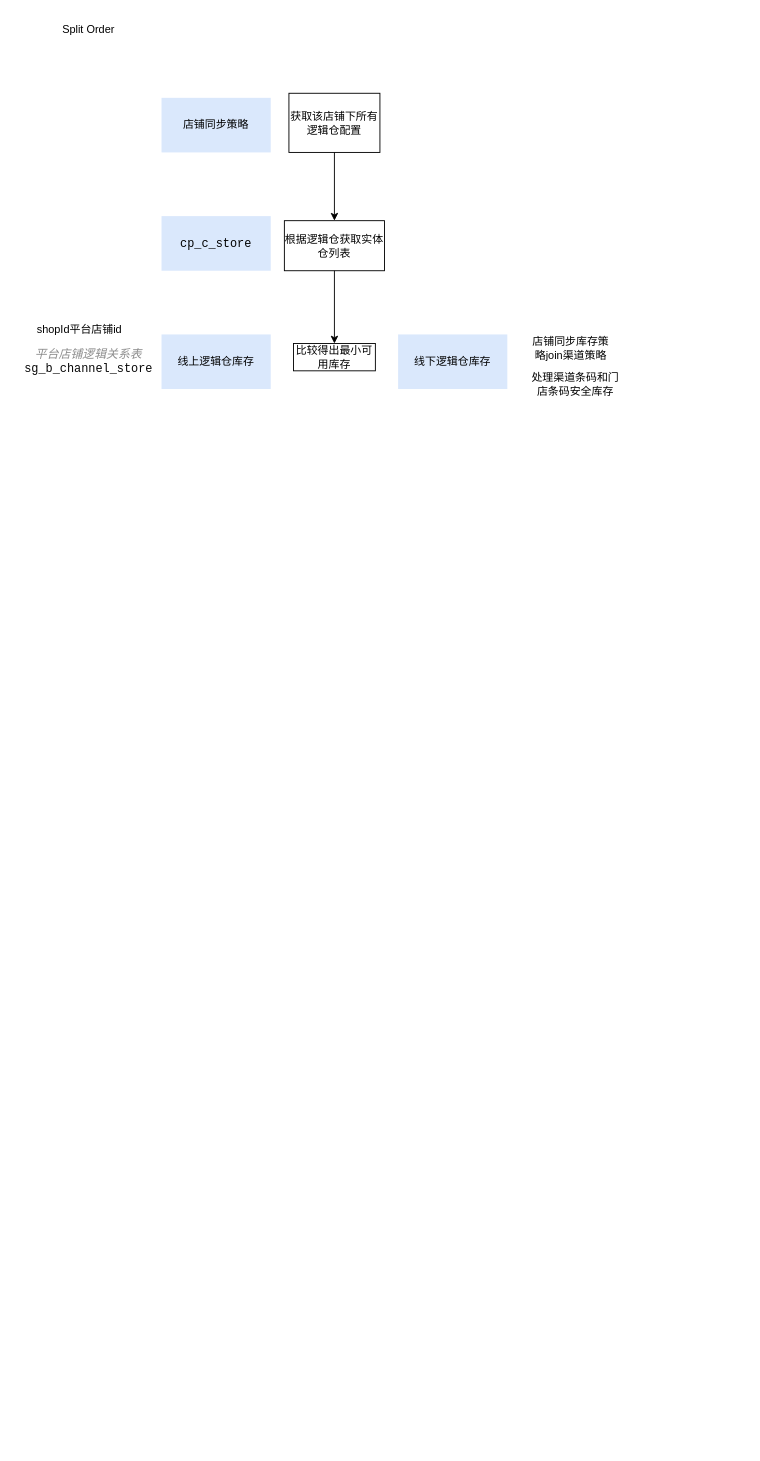
Earlier version of the draw.io diagram VF/vmid/order/split_order.drawio (yeahsyoung/diagram). Source tidied: cells renumbered, new cells numbered last; positions are measured from the earlier drawing's top-left corner, leaving out a move shared by most shapes. Both pictures are drawn from the tidied source at 91%, with x=0, y=0 at pixel (15, 15).
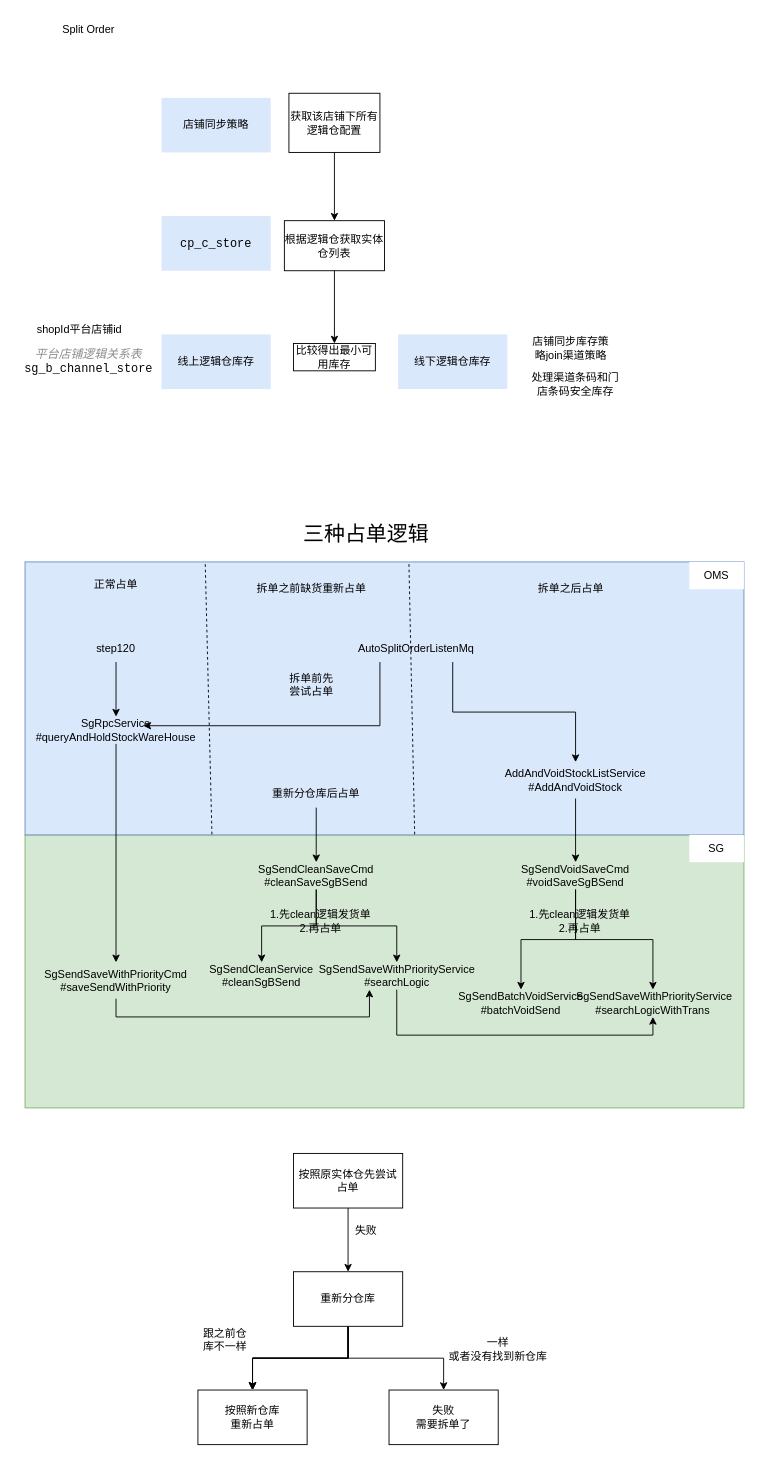
Above is the later version.

The edit, as a diff of the source:
```diff
@@
+    <mxCell id="16" style="rounded=0;whiteSpace=wrap;html=1;fillColor=#d5e8d4;strokeColor=#82b366;" parent="1" vertex="1">
+      <mxGeometry x="10" y="900" width="790" height="300" as="geometry" />
+    </mxCell>
+    <mxCell id="17" style="rounded=0;whiteSpace=wrap;html=1;fillColor=#dae8fc;strokeColor=#6c8ebf;" parent="1" vertex="1">
+      <mxGeometry x="10" y="600" width="790" height="300" as="geometry" />
+    </mxCell>
@@
+    <mxCell id="18" value="三种占单逻辑&lt;br&gt;" style="text;overflow=hidden;rounded=0;align=center;verticalAlign=middle;html=1;fontSize=23;" parent="1" vertex="1">
+      <mxGeometry x="295" y="550" width="180" height="40" as="geometry" />
+    </mxCell>
+    <mxCell id="19" value="&lt;span style=&quot;text-align: left; background-color: transparent; color: light-dark(rgb(0, 0, 0), rgb(255, 255, 255));&quot;&gt;正常占单&lt;/span&gt;" style="text;html=1;whiteSpace=wrap;strokeColor=none;fillColor=none;align=center;verticalAlign=middle;rounded=0;" parent="1" vertex="1">
+      <mxGeometry x="60" y="610" width="100" height="30" as="geometry" />
+    </mxCell>
+    <mxCell id="20" value="&lt;span style=&quot;text-align: left; background-color: transparent; color: light-dark(rgb(0, 0, 0), rgb(255, 255, 255));&quot;&gt;拆单之前缺货重新占单&lt;/span&gt;" style="text;html=1;whiteSpace=wrap;strokeColor=none;fillColor=none;align=center;verticalAlign=middle;rounded=0;" parent="1" vertex="1">
+      <mxGeometry x="235" y="610" width="180" height="40" as="geometry" />
+    </mxCell>
+    <mxCell id="21" style="edgeStyle=orthogonalEdgeStyle;rounded=0;jettySize=auto;html=1;exitX=0.5;exitY=1;exitDx=0;exitDy=0;entryX=0.5;entryY=0;entryDx=0;entryDy=0;" parent="1" edge="1" source="22" target="35">
+      <mxGeometry relative="1" as="geometry" />
+    </mxCell>
+    <mxCell id="22" value="AddAndVoidStockListService&#10;#AddAndVoidStock" style="text;whiteSpace=wrap;strokeColor=none;fillColor=none;align=center;verticalAlign=middle;rounded=0;" parent="1" vertex="1">
+      <mxGeometry x="565" y="820" width="100" height="40" as="geometry" />
+    </mxCell>
+    <mxCell id="23" style="edgeStyle=orthogonalEdgeStyle;rounded=0;jettySize=auto;html=1;exitX=0.5;exitY=1;exitDx=0;exitDy=0;entryX=0.5;entryY=0;entryDx=0;entryDy=0;" parent="1" edge="1" source="24" target="32">
+      <mxGeometry relative="1" as="geometry" />
+    </mxCell>
+    <mxCell id="24" value="&lt;span style=&quot;text-align: left;&quot;&gt;step120&lt;/span&gt;" style="text;html=1;whiteSpace=wrap;strokeColor=none;fillColor=none;align=center;verticalAlign=middle;rounded=0;" parent="1" vertex="1">
+      <mxGeometry x="70" y="680" width="80" height="30" as="geometry" />
+    </mxCell>
+    <mxCell id="25" style="edgeStyle=orthogonalEdgeStyle;rounded=0;jettySize=auto;html=1;exitX=0.25;exitY=1;exitDx=0;exitDy=0;" parent="1" edge="1" source="27" target="32">
+      <mxGeometry relative="1" as="geometry">
+        <Array as="points">
+          <mxPoint x="400" y="780" />
+        </Array>
+      </mxGeometry>
+    </mxCell>
+    <mxCell id="26" style="edgeStyle=orthogonalEdgeStyle;rounded=0;jettySize=auto;html=1;exitX=0.75;exitY=1;exitDx=0;exitDy=0;entryX=0.5;entryY=0;entryDx=0;entryDy=0;" parent="1" edge="1" source="27" target="22">
+      <mxGeometry relative="1" as="geometry" />
+    </mxCell>
+    <mxCell id="27" value="AutoSplitOrderListenMq" style="text;html=1;whiteSpace=wrap;strokeColor=none;fillColor=none;align=center;verticalAlign=middle;rounded=0;" parent="1" vertex="1">
+      <mxGeometry x="360" y="680" width="160" height="30" as="geometry" />
+    </mxCell>
+    <mxCell id="28" style="edgeStyle=orthogonalEdgeStyle;rounded=0;jettySize=auto;html=1;exitX=0.5;exitY=1;exitDx=0;exitDy=0;entryX=0;entryY=1;entryDx=0;entryDy=0;" parent="1" edge="1" source="29" target="60">
+      <mxGeometry relative="1" as="geometry" />
+    </mxCell>
+    <mxCell id="29" value="SgSendSaveWithPriorityCmd&#10;#saveSendWithPriority" style="text;strokeColor=none;fillColor=none;align=center;verticalAlign=middle;rounded=0;" parent="1" vertex="1">
+      <mxGeometry x="15" y="1040" width="190" height="40" as="geometry" />
+    </mxCell>
+    <mxCell id="30" value="&lt;span style=&quot;text-align: left; background-color: transparent; color: light-dark(rgb(0, 0, 0), rgb(255, 255, 255));&quot;&gt;拆单之后占单&lt;/span&gt;" style="text;html=1;whiteSpace=wrap;strokeColor=none;fillColor=none;align=center;verticalAlign=middle;rounded=0;" parent="1" vertex="1">
+      <mxGeometry x="565" y="615" width="90" height="30" as="geometry" />
+    </mxCell>
+    <mxCell id="31" style="edgeStyle=orthogonalEdgeStyle;rounded=0;jettySize=auto;html=1;exitX=0.5;exitY=1;exitDx=0;exitDy=0;" parent="1" edge="1" source="32" target="29">
+      <mxGeometry relative="1" as="geometry" />
+    </mxCell>
+    <mxCell id="32" value="SgRpcService&#10;#queryAndHoldStockWareHouse" style="text;whiteSpace=wrap;strokeColor=none;fillColor=none;align=center;verticalAlign=middle;rounded=0;" parent="1" vertex="1">
+      <mxGeometry x="80" y="770" width="60" height="30" as="geometry" />
+    </mxCell>
+    <mxCell id="33" style="edgeStyle=orthogonalEdgeStyle;rounded=0;jettySize=auto;html=1;exitX=0.5;exitY=1;exitDx=0;exitDy=0;entryX=0.5;entryY=0;entryDx=0;entryDy=0;" parent="1" edge="1" source="35" target="36">
+      <mxGeometry relative="1" as="geometry" />
+    </mxCell>
+    <mxCell id="34" style="edgeStyle=orthogonalEdgeStyle;rounded=0;jettySize=auto;html=1;exitX=0.5;exitY=1;exitDx=0;exitDy=0;entryX=0.5;entryY=0;entryDx=0;entryDy=0;" parent="1" edge="1" source="35" target="37">
+      <mxGeometry relative="1" as="geometry" />
+    </mxCell>
+    <mxCell id="35" value="SgSendVoidSaveCmd&#10;#voidSaveSgBSend" style="text;whiteSpace=wrap;strokeColor=none;fillColor=none;align=center;verticalAlign=middle;rounded=0;" parent="1" vertex="1">
+      <mxGeometry x="585" y="930" width="60" height="30" as="geometry" />
+    </mxCell>
+    <mxCell id="36" value="SgSendBatchVoidService&#10;#batchVoidSend" style="text;whiteSpace=wrap;strokeColor=none;fillColor=none;align=center;verticalAlign=middle;rounded=0;" parent="1" vertex="1">
+      <mxGeometry x="525" y="1070" width="60" height="30" as="geometry" />
+    </mxCell>
+    <mxCell id="37" value=" SgSendSaveWithPriorityService&#10;#searchLogicWithTrans" style="text;whiteSpace=wrap;strokeColor=none;fillColor=none;align=center;verticalAlign=middle;rounded=0;" parent="1" vertex="1">
+      <mxGeometry x="670" y="1070" width="60" height="30" as="geometry" />
+    </mxCell>
+    <mxCell id="38" style="endArrow=none;dashed=1;html=1;rounded=0;entryX=0.534;entryY=0.003;entryDx=0;entryDy=0;entryPerimeter=0;exitX=0.542;exitY=0.998;exitDx=0;exitDy=0;exitPerimeter=0;" parent="1" edge="1" source="17" target="17">
+      <mxGeometry relative="1" as="geometry" />
+    </mxCell>
+    <mxCell id="39" style="endArrow=none;dashed=1;html=1;rounded=0;entryX=0.534;entryY=0.003;entryDx=0;entryDy=0;entryPerimeter=0;exitX=0.26;exitY=0.998;exitDx=0;exitDy=0;exitPerimeter=0;" parent="1" edge="1" source="17">
+      <mxGeometry relative="1" as="geometry">
+        <mxPoint x="208" y="600" as="targetPoint" />
+      </mxGeometry>
+    </mxCell>
+    <mxCell id="40" value="拆单前先尝试占单" style="text;html=1;whiteSpace=wrap;strokeColor=none;fillColor=none;align=center;verticalAlign=middle;rounded=0;" parent="1" vertex="1">
+      <mxGeometry x="295" y="720" width="60" height="30" as="geometry" />
+    </mxCell>
+    <mxCell id="41" style="edgeStyle=orthogonalEdgeStyle;rounded=0;jettySize=auto;html=1;" parent="1" edge="1" source="42" target="48">
+      <mxGeometry relative="1" as="geometry" />
+    </mxCell>
+    <mxCell id="42" value="按照原实体仓先尝试占单" style="rounded=0;whiteSpace=wrap;html=1;" parent="1" vertex="1">
+      <mxGeometry x="305" y="1250" width="120" height="60" as="geometry" />
+    </mxCell>
+    <mxCell id="43" style="edgeStyle=orthogonalEdgeStyle;rounded=0;jettySize=auto;html=1;" parent="1" edge="1" source="48" target="50">
+      <mxGeometry relative="1" as="geometry" />
+    </mxCell>
+    <mxCell id="44" style="edgeStyle=orthogonalEdgeStyle;rounded=0;jettySize=auto;html=1;" parent="1" edge="1" source="48" target="50">
+      <mxGeometry relative="1" as="geometry" />
+    </mxCell>
+    <mxCell id="45" style="edgeStyle=orthogonalEdgeStyle;rounded=0;jettySize=auto;html=1;" parent="1" edge="1" source="48" target="50">
+      <mxGeometry relative="1" as="geometry" />
+    </mxCell>
+    <mxCell id="46" style="edgeStyle=orthogonalEdgeStyle;rounded=0;jettySize=auto;html=1;" parent="1" edge="1" source="48" target="50">
+      <mxGeometry relative="1" as="geometry" />
+    </mxCell>
+    <mxCell id="47" style="edgeStyle=orthogonalEdgeStyle;rounded=0;jettySize=auto;html=1;exitX=0.5;exitY=1;exitDx=0;exitDy=0;" parent="1" edge="1" source="48" target="51">
+      <mxGeometry relative="1" as="geometry" />
+    </mxCell>
+    <mxCell id="48" value="重新分仓库" style="rounded=0;whiteSpace=wrap;html=1;" parent="1" vertex="1">
+      <mxGeometry x="305" y="1380" width="120" height="60" as="geometry" />
+    </mxCell>
+    <mxCell id="49" value="失败" style="text;html=1;whiteSpace=wrap;strokeColor=none;fillColor=none;align=center;verticalAlign=middle;rounded=0;" parent="1" vertex="1">
+      <mxGeometry x="355" y="1320" width="60" height="30" as="geometry" />
+    </mxCell>
+    <mxCell id="50" value="按照新仓库&lt;div&gt;重新占单&lt;/div&gt;" style="rounded=0;whiteSpace=wrap;html=1;" parent="1" vertex="1">
+      <mxGeometry x="200" y="1510" width="120" height="60" as="geometry" />
+    </mxCell>
+    <mxCell id="51" value="失败&lt;div&gt;需要拆单了&lt;/div&gt;" style="rounded=0;whiteSpace=wrap;html=1;" parent="1" vertex="1">
+      <mxGeometry x="410" y="1510" width="120" height="60" as="geometry" />
+    </mxCell>
+    <mxCell id="52" value="跟之前仓库不一样" style="text;html=1;whiteSpace=wrap;strokeColor=none;fillColor=none;align=center;verticalAlign=middle;rounded=0;" parent="1" vertex="1">
+      <mxGeometry x="200" y="1440" width="60" height="30" as="geometry" />
+    </mxCell>
+    <mxCell id="53" value="一样&lt;div&gt;或者没有找到新仓库&lt;/div&gt;" style="text;html=1;whiteSpace=wrap;strokeColor=none;fillColor=none;align=center;verticalAlign=middle;rounded=0;" parent="1" vertex="1">
+      <mxGeometry x="465" y="1450" width="130" height="30" as="geometry" />
+    </mxCell>
+    <mxCell id="54" style="edgeStyle=orthogonalEdgeStyle;rounded=0;jettySize=auto;html=1;exitX=0.5;exitY=1;exitDx=0;exitDy=0;entryX=0.5;entryY=0;entryDx=0;entryDy=0;" parent="1" edge="1" source="55" target="58">
+      <mxGeometry relative="1" as="geometry" />
+    </mxCell>
+    <mxCell id="55" value="重新分仓库后占单" style="rounded=0;whiteSpace=wrap;html=1;fillColor=none;strokeColor=none;" parent="1" vertex="1">
+      <mxGeometry x="270" y="840" width="120" height="30" as="geometry" />
+    </mxCell>
+    <mxCell id="56" style="edgeStyle=orthogonalEdgeStyle;rounded=0;jettySize=auto;html=1;exitX=0.5;exitY=1;exitDx=0;exitDy=0;entryX=0.5;entryY=0;entryDx=0;entryDy=0;" parent="1" edge="1" source="58" target="61">
+      <mxGeometry relative="1" as="geometry" />
+    </mxCell>
+    <mxCell id="57" style="edgeStyle=orthogonalEdgeStyle;rounded=0;jettySize=auto;html=1;exitX=0.5;exitY=1;exitDx=0;exitDy=0;entryX=0.5;entryY=0;entryDx=0;entryDy=0;" parent="1" edge="1" source="58" target="60">
+      <mxGeometry relative="1" as="geometry" />
+    </mxCell>
+    <mxCell id="58" value="SgSendCleanSaveCmd&#10;#cleanSaveSgBSend" style="text;strokeColor=none;fillColor=none;align=center;verticalAlign=middle;rounded=0;whiteSpace=wrap;" parent="1" vertex="1">
+      <mxGeometry x="300" y="930" width="60" height="30" as="geometry" />
+    </mxCell>
+    <mxCell id="59" style="edgeStyle=orthogonalEdgeStyle;rounded=0;jettySize=auto;html=1;exitX=0.5;exitY=1;exitDx=0;exitDy=0;entryX=0.5;entryY=1;entryDx=0;entryDy=0;" parent="1" edge="1" source="60" target="37">
+      <mxGeometry relative="1" as="geometry" />
+    </mxCell>
+    <mxCell id="60" value="SgSendSaveWithPriorityService&#10;#searchLogic" style="text;whiteSpace=wrap;strokeColor=none;fillColor=none;align=center;verticalAlign=middle;rounded=0;" parent="1" vertex="1">
+      <mxGeometry x="388.5" y="1040" width="60" height="30" as="geometry" />
+    </mxCell>
+    <mxCell id="61" value="SgSendCleanService&#10;#cleanSgBSend" style="text;whiteSpace=wrap;strokeColor=none;fillColor=none;align=center;verticalAlign=middle;rounded=0;" parent="1" vertex="1">
+      <mxGeometry x="240" y="1040" width="60" height="30" as="geometry" />
+    </mxCell>
+    <mxCell id="62" value="1.先clean逻辑发货单&lt;div&gt;2.再占单&lt;/div&gt;" style="text;html=1;whiteSpace=wrap;strokeColor=none;fillColor=none;align=center;verticalAlign=middle;rounded=0;" parent="1" vertex="1">
+      <mxGeometry x="540" y="980" width="160" height="30" as="geometry" />
+    </mxCell>
+    <mxCell id="63" value="1.先clean逻辑发货单&lt;div&gt;2.再占单&lt;/div&gt;" style="text;html=1;whiteSpace=wrap;strokeColor=none;fillColor=none;align=center;verticalAlign=middle;rounded=0;" parent="1" vertex="1">
+      <mxGeometry x="255" y="980" width="160" height="30" as="geometry" />
+    </mxCell>
+    <mxCell id="64" value="OMS" style="text;html=1;whiteSpace=wrap;strokeColor=none;fillColor=default;align=center;verticalAlign=middle;rounded=0;" parent="1" vertex="1">
+      <mxGeometry x="740" y="600" width="60" height="30" as="geometry" />
+    </mxCell>
+    <mxCell id="65" value="SG" style="text;html=1;whiteSpace=wrap;strokeColor=none;fillColor=default;align=center;verticalAlign=middle;rounded=0;" parent="1" vertex="1">
+      <mxGeometry x="740" y="900" width="60" height="30" as="geometry" />
+    </mxCell>
```
